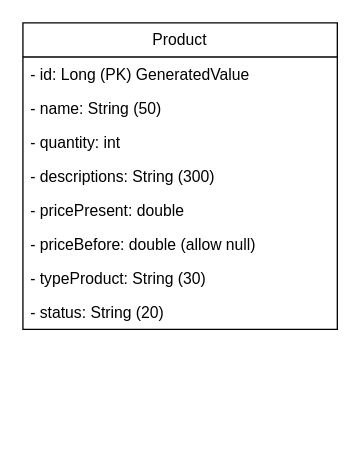
The draw.io diagram diagrams/class/class-product.drawio in penduricha/Project-e-commerce, before the edit. Source tidied: cells renumbered, new cells numbered last; positions are measured from the earlier drawing's top-left corner, leaving out a move shared by most shapes. Both pictures are drawn from the tidied source at 131%, with x=0, y=0 at pixel (22, 22).
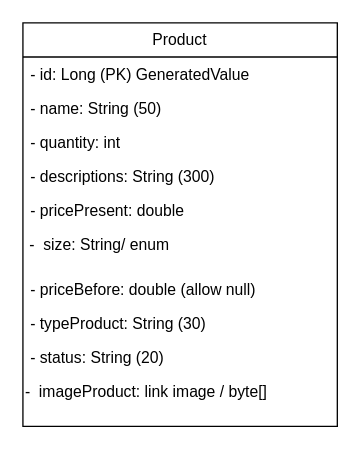
Above is the later version.

What changed in the source:
```diff
@@
 <mxGraphModel>
   <root>
     <mxCell id="0" />
     <mxCell id="1" parent="0" />
     <mxCell id="2" value="Product" style="swimlane;fontStyle=0;horizontal=1;startSize=26;fillColor=none;whiteSpace=wrap;html=1;" parent="1" vertex="1">
-      <mxGeometry width="240" height="234" as="geometry" />
+      <mxGeometry width="240" height="308" as="geometry" />
     </mxCell>
     <mxCell id="3" value="- id: Long (PK)&amp;nbsp;GeneratedValue" style="text;strokeColor=none;fillColor=none;align=left;verticalAlign=top;spacingLeft=4;spacingRight=4;overflow=hidden;whiteSpace=wrap;html=1;" parent="2" vertex="1">
       <mxGeometry y="26" width="240" height="26" as="geometry" />
     </mxCell>
     <mxCell id="4" value="- name: String (50)" style="text;strokeColor=none;fillColor=none;align=left;verticalAlign=top;spacingLeft=4;spacingRight=4;overflow=hidden;whiteSpace=wrap;html=1;" parent="2" vertex="1">
       <mxGeometry y="52" width="240" height="26" as="geometry" />
     </mxCell>
     <mxCell id="5" value="- quantity: int" style="text;strokeColor=none;fillColor=none;align=left;verticalAlign=top;spacingLeft=4;spacingRight=4;overflow=hidden;whiteSpace=wrap;html=1;" parent="2" vertex="1">
       <mxGeometry y="78" width="240" height="26" as="geometry" />
     </mxCell>
     <mxCell id="6" value="- descriptions: String (300)" style="text;strokeColor=none;fillColor=none;align=left;verticalAlign=top;spacingLeft=4;spacingRight=4;overflow=hidden;whiteSpace=wrap;html=1;" parent="2" vertex="1">
       <mxGeometry y="104" width="240" height="26" as="geometry" />
     </mxCell>
     <mxCell id="7" value="- pricePresent: double&amp;nbsp;" style="text;strokeColor=none;fillColor=none;align=left;verticalAlign=top;spacingLeft=4;spacingRight=4;overflow=hidden;whiteSpace=wrap;html=1;" parent="2" vertex="1">
       <mxGeometry y="130" width="240" height="26" as="geometry" />
     </mxCell>
+    <mxCell id="11" value="&amp;nbsp;-&amp;nbsp; size: String/ enum" style="text;whiteSpace=wrap;html=1;" parent="2" vertex="1">
+      <mxGeometry y="156" width="240" height="34" as="geometry" />
+    </mxCell>
     <mxCell id="8" value="- priceBefore: double (allow null)" style="text;strokeColor=none;fillColor=none;align=left;verticalAlign=top;spacingLeft=4;spacingRight=4;overflow=hidden;whiteSpace=wrap;html=1;" parent="2" vertex="1">
-      <mxGeometry y="156" width="240" height="26" as="geometry" />
+      <mxGeometry y="190" width="240" height="26" as="geometry" />
     </mxCell>
     <mxCell id="9" value="- typeProduct: String (30)" style="text;strokeColor=none;fillColor=none;align=left;verticalAlign=top;spacingLeft=4;spacingRight=4;overflow=hidden;whiteSpace=wrap;html=1;" parent="2" vertex="1">
-      <mxGeometry y="182" width="240" height="26" as="geometry" />
+      <mxGeometry y="216" width="240" height="26" as="geometry" />
     </mxCell>
     <mxCell id="10" value="- status: String (20)" style="text;strokeColor=none;fillColor=none;align=left;verticalAlign=top;spacingLeft=4;spacingRight=4;overflow=hidden;whiteSpace=wrap;html=1;" parent="2" vertex="1">
-      <mxGeometry y="208" width="240" height="26" as="geometry" />
+      <mxGeometry y="242" width="240" height="26" as="geometry" />
     </mxCell>
+    <mxCell id="12" value="-&amp;nbsp; imageProduct: link image / byte[]" style="text;whiteSpace=wrap;html=1;" parent="2" vertex="1">
+      <mxGeometry y="268" width="240" height="40" as="geometry" />
+    </mxCell>
   </root>
 </mxGraphModel>
```
